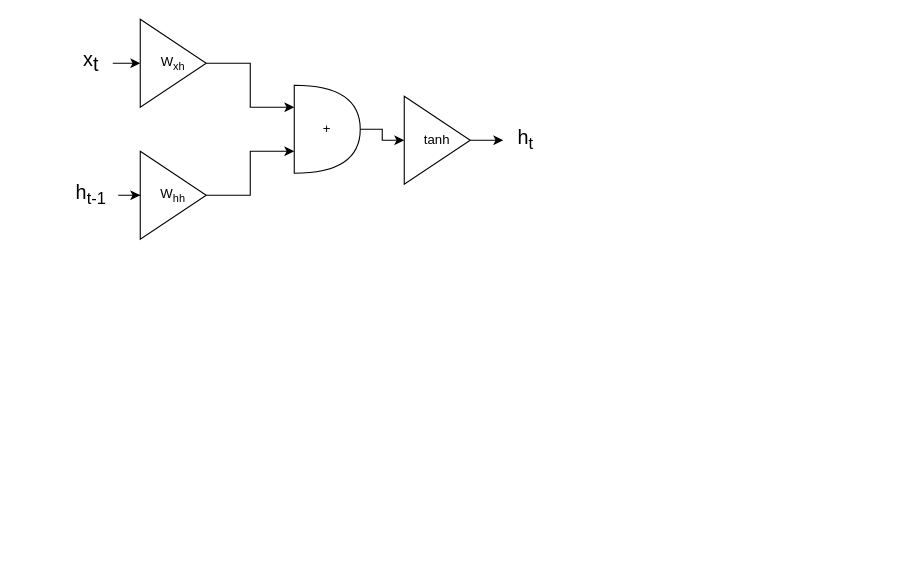
The draw.io diagram 未命名绘图.drawio in luoshao23/digram, before the edit. Source tidied: cells renumbered, new cells numbered last; positions are measured from the earlier drawing's top-left corner, leaving out a move shared by most shapes. Both pictures are drawn from the tidied source at 110%, with x=0, y=0 at pixel (63, 19).
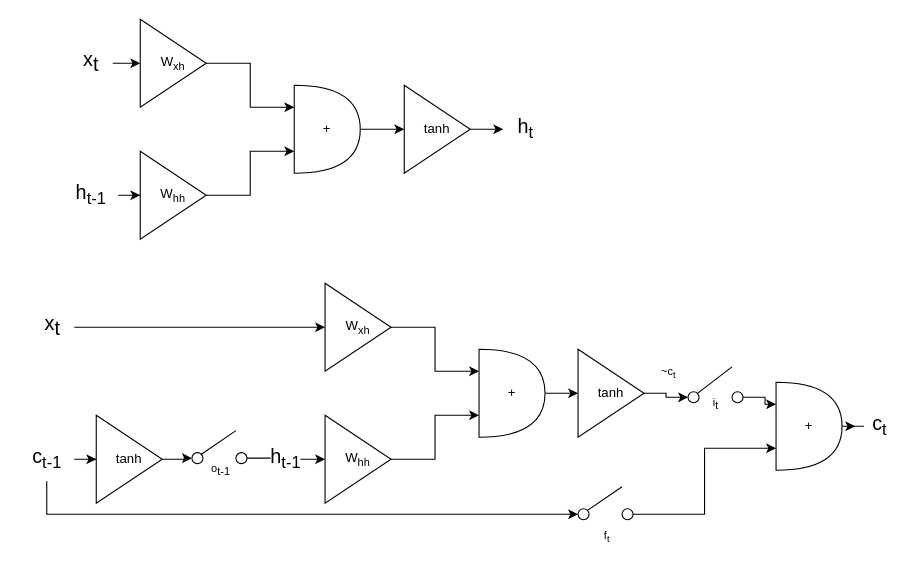
The same diagram, later.

Commit message:
更新未命名绘图.drawio

What changed in the source:
```diff
@@
     <mxCell id="5" value="tanh" style="triangle;whiteSpace=wrap;html=1;" parent="1" vertex="1">
-      <mxGeometry x="310" y="70" width="60" height="80" as="geometry" />
+      <mxGeometry x="310" y="60" width="60" height="80" as="geometry" />
     </mxCell>
@@
     <mxCell id="14" value="h&lt;sub&gt;t&lt;/sub&gt;" style="text;html=1;align=center;verticalAlign=middle;points=[];strokeColor=none;fillColor=none;fontSize=18;" parent="1" vertex="1">
-      <mxGeometry x="400" y="90" width="40" height="40" as="geometry" />
+      <mxGeometry x="400" y="80" width="40" height="40" as="geometry" />
     </mxCell>
+    <mxCell id="15" style="edgeStyle=orthogonalEdgeStyle;rounded=0;jettySize=auto;html=1;entryX=0;entryY=0.5;entryDx=0;entryDy=0;" parent="1" edge="1" source="16" target="19">
+      <mxGeometry relative="1" as="geometry" />
+    </mxCell>
+    <mxCell id="16" value="+" style="shape=or;whiteSpace=wrap;html=1;" parent="1" vertex="1">
+      <mxGeometry x="378" y="300" width="60" height="80" as="geometry" />
+    </mxCell>
+    <mxCell id="17" style="edgeStyle=orthogonalEdgeStyle;rounded=0;jettySize=auto;html=1;fontSize=18;entryX=0;entryY=0.5;entryDx=0;entryDy=0;" parent="1" edge="1" source="19" target="41">
+      <mxGeometry relative="1" as="geometry" />
+    </mxCell>
+    <mxCell id="18" value="~c&lt;sub&gt;t&lt;/sub&gt;" style="edgeLabel;html=1;align=center;verticalAlign=middle;fontSize=10;" parent="17" vertex="1">
+      <mxGeometry x="-0.04" y="1" relative="1" as="geometry">
+        <mxPoint y="-21" as="offset" />
+      </mxGeometry>
+    </mxCell>
+    <mxCell id="19" value="tanh" style="triangle;whiteSpace=wrap;html=1;" parent="1" vertex="1">
+      <mxGeometry x="468" y="300" width="60" height="80" as="geometry" />
+    </mxCell>
+    <mxCell id="20" style="edgeStyle=orthogonalEdgeStyle;rounded=0;jettySize=auto;html=1;entryX=0;entryY=0.25;entryDx=0;entryDy=0;entryPerimeter=0;" parent="1" edge="1" source="21" target="16">
+      <mxGeometry relative="1" as="geometry" />
+    </mxCell>
+    <mxCell id="21" value="W&lt;sub&gt;xh&lt;/sub&gt;" style="triangle;whiteSpace=wrap;html=1;" parent="1" vertex="1">
+      <mxGeometry x="238" y="240" width="60" height="80" as="geometry" />
+    </mxCell>
+    <mxCell id="22" style="edgeStyle=orthogonalEdgeStyle;rounded=0;jettySize=auto;html=1;entryX=0;entryY=0.75;entryDx=0;entryDy=0;entryPerimeter=0;" parent="1" edge="1" source="23" target="16">
+      <mxGeometry relative="1" as="geometry" />
+    </mxCell>
+    <mxCell id="23" value="W&lt;sub&gt;hh&lt;/sub&gt;" style="triangle;whiteSpace=wrap;html=1;" parent="1" vertex="1">
+      <mxGeometry x="238" y="360" width="60" height="80" as="geometry" />
+    </mxCell>
+    <mxCell id="24" style="edgeStyle=orthogonalEdgeStyle;rounded=0;jettySize=auto;html=1;fontSize=18;" parent="1" edge="1" source="25" target="21">
+      <mxGeometry relative="1" as="geometry" />
+    </mxCell>
+    <mxCell id="25" value="x&lt;sub style=&quot;font-size: 18px;&quot;&gt;t&lt;/sub&gt;" style="text;html=1;align=center;verticalAlign=middle;points=[];strokeColor=none;fillColor=none;fontSize=18;" parent="1" vertex="1">
+      <mxGeometry x="-30" y="260" width="40" height="40" as="geometry" />
+    </mxCell>
+    <mxCell id="26" style="edgeStyle=orthogonalEdgeStyle;rounded=0;jettySize=auto;html=1;fontSize=18;exitX=1;exitY=0.5;exitDx=0;exitDy=0;" parent="1" edge="1" source="37" target="23">
+      <mxGeometry relative="1" as="geometry" />
+    </mxCell>
+    <mxCell id="27" value="h&lt;sub&gt;t-1&lt;/sub&gt;" style="edgeLabel;html=1;align=center;verticalAlign=middle;fontSize=18;" parent="26" vertex="1">
+      <mxGeometry x="-0.05" relative="1" as="geometry" />
+    </mxCell>
+    <mxCell id="28" style="edgeStyle=orthogonalEdgeStyle;rounded=0;jettySize=auto;html=1;entryX=-0.05;entryY=0.5;entryDx=0;entryDy=0;entryPerimeter=0;fontSize=10;" parent="1" edge="1" source="29" target="52">
+      <mxGeometry relative="1" as="geometry" />
+    </mxCell>
+    <mxCell id="29" value="+" style="shape=or;whiteSpace=wrap;html=1;" parent="1" vertex="1">
+      <mxGeometry x="648" y="330" width="60" height="80" as="geometry" />
+    </mxCell>
+    <mxCell id="30" style="edgeStyle=orthogonalEdgeStyle;rounded=0;jettySize=auto;html=1;entryX=0;entryY=0.5;entryDx=0;entryDy=0;fontSize=18;" parent="1" edge="1" source="31" target="36">
+      <mxGeometry relative="1" as="geometry" />
+    </mxCell>
+    <mxCell id="31" value="tanh" style="triangle;whiteSpace=wrap;html=1;" parent="1" vertex="1">
+      <mxGeometry x="30" y="360" width="60" height="80" as="geometry" />
+    </mxCell>
+    <mxCell id="32" style="edgeStyle=orthogonalEdgeStyle;rounded=0;jettySize=auto;html=1;entryX=0;entryY=0.5;entryDx=0;entryDy=0;fontSize=18;" parent="1" edge="1" source="34" target="31">
+      <mxGeometry relative="1" as="geometry" />
+    </mxCell>
+    <mxCell id="33" style="edgeStyle=orthogonalEdgeStyle;rounded=0;jettySize=auto;html=1;entryX=0;entryY=0.5;entryDx=0;entryDy=0;fontSize=10;" parent="1" edge="1" source="34" target="47">
+      <mxGeometry relative="1" as="geometry">
+        <Array as="points">
+          <mxPoint x="-15" y="450" />
+        </Array>
+      </mxGeometry>
+    </mxCell>
+    <mxCell id="34" value="&lt;span style=&quot;font-size: 18px;&quot;&gt;c&lt;/span&gt;&lt;span style=&quot;font-size: 18px;&quot;&gt;&lt;sub&gt;t-1&lt;/sub&gt;&lt;/span&gt;" style="text;html=1;align=center;verticalAlign=middle;points=[];strokeColor=none;fillColor=none;fontSize=18;" parent="1" vertex="1">
+      <mxGeometry x="-40" y="380" width="50" height="40" as="geometry" />
+    </mxCell>
+    <mxCell id="35" style="group;" parent="1" vertex="1">
+      <mxGeometry x="117" y="374" width="50" height="30" as="geometry" />
+    </mxCell>
+    <mxCell id="36" style="ellipse;whiteSpace=wrap;html=1;fontSize=18;" parent="35" vertex="1">
+      <mxGeometry y="20" width="10" height="10" as="geometry" />
+    </mxCell>
+    <mxCell id="37" style="ellipse;whiteSpace=wrap;html=1;fontSize=18;" parent="35" vertex="1">
+      <mxGeometry x="40" y="20" width="10" height="10" as="geometry" />
+    </mxCell>
+    <mxCell id="38" style="endArrow=none;html=1;rounded=0;fontSize=18;exitX=1;exitY=0;exitDx=0;exitDy=0;" parent="35" edge="1" source="36">
+      <mxGeometry relative="1" as="geometry">
+        <mxPoint x="40" as="targetPoint" />
+      </mxGeometry>
+    </mxCell>
+    <mxCell id="39" value="&lt;span style=&quot;font-size: 10px;&quot;&gt;o&lt;/span&gt;&lt;sub style=&quot;font-size: 10px;&quot;&gt;t-1&lt;/sub&gt;" style="edgeLabel;html=1;align=center;verticalAlign=middle;fontSize=10;" parent="38" vertex="1">
+      <mxGeometry x="-0.13" y="-1" relative="1" as="geometry">
+        <mxPoint x="2" y="23" as="offset" />
+      </mxGeometry>
+    </mxCell>
+    <mxCell id="40" style="group;" parent="1" vertex="1">
+      <mxGeometry x="568" y="316" width="50" height="34" as="geometry" />
+    </mxCell>
+    <mxCell id="41" style="ellipse;whiteSpace=wrap;html=1;fontSize=18;" parent="40" vertex="1">
+      <mxGeometry y="22.7" width="10" height="10" as="geometry" />
+    </mxCell>
+    <mxCell id="42" style="ellipse;whiteSpace=wrap;html=1;fontSize=18;" parent="40" vertex="1">
+      <mxGeometry x="40" y="22.7" width="10" height="10" as="geometry" />
+    </mxCell>
+    <mxCell id="43" style="endArrow=none;html=1;rounded=0;fontSize=18;exitX=1;exitY=0;exitDx=0;exitDy=0;" parent="40" edge="1" source="41">
+      <mxGeometry relative="1" as="geometry">
+        <mxPoint x="40" as="targetPoint" />
+      </mxGeometry>
+    </mxCell>
+    <mxCell id="44" value="&lt;span style=&quot;font-size: 10px;&quot;&gt;i&lt;/span&gt;&lt;sub style=&quot;font-size: 10px;&quot;&gt;t&lt;/sub&gt;" style="edgeLabel;html=1;align=center;verticalAlign=middle;fontSize=10;" parent="43" vertex="1">
+      <mxGeometry x="-0.13" y="-1" relative="1" as="geometry">
+        <mxPoint x="2" y="19" as="offset" />
+      </mxGeometry>
+    </mxCell>
+    <mxCell id="45" style="edgeStyle=orthogonalEdgeStyle;rounded=0;jettySize=auto;html=1;entryX=0;entryY=0.25;entryDx=0;entryDy=0;entryPerimeter=0;fontSize=10;" parent="1" edge="1" source="42" target="29">
+      <mxGeometry relative="1" as="geometry" />
+    </mxCell>
+    <mxCell id="46" style="group;" parent="1" vertex="1">
+      <mxGeometry x="468" y="425" width="50" height="30" as="geometry" />
+    </mxCell>
+    <mxCell id="47" style="ellipse;whiteSpace=wrap;html=1;fontSize=18;" parent="46" vertex="1">
+      <mxGeometry y="20" width="10" height="10" as="geometry" />
+    </mxCell>
+    <mxCell id="48" style="ellipse;whiteSpace=wrap;html=1;fontSize=18;" parent="46" vertex="1">
+      <mxGeometry x="40" y="20" width="10" height="10" as="geometry" />
+    </mxCell>
+    <mxCell id="49" style="endArrow=none;html=1;rounded=0;fontSize=18;exitX=1;exitY=0;exitDx=0;exitDy=0;" parent="46" edge="1" source="47">
+      <mxGeometry relative="1" as="geometry">
+        <mxPoint x="40" as="targetPoint" />
+      </mxGeometry>
+    </mxCell>
+    <mxCell id="50" value="f&lt;sub&gt;t&lt;/sub&gt;" style="edgeLabel;html=1;align=center;verticalAlign=middle;fontSize=10;" parent="49" vertex="1">
+      <mxGeometry x="-0.13" y="-1" relative="1" as="geometry">
+        <mxPoint x="2" y="32" as="offset" />
+      </mxGeometry>
+    </mxCell>
+    <mxCell id="51" style="edgeStyle=orthogonalEdgeStyle;rounded=0;jettySize=auto;html=1;entryX=0;entryY=0.75;entryDx=0;entryDy=0;entryPerimeter=0;fontSize=10;" parent="1" edge="1" source="48" target="29">
+      <mxGeometry relative="1" as="geometry" />
+    </mxCell>
+    <mxCell id="52" value="&lt;span style=&quot;font-size: 18px;&quot;&gt;c&lt;/span&gt;&lt;span style=&quot;font-size: 18px;&quot;&gt;&lt;sub&gt;t&lt;/sub&gt;&lt;/span&gt;" style="text;html=1;align=center;verticalAlign=middle;points=[];strokeColor=none;fillColor=none;fontSize=18;" parent="1" vertex="1">
+      <mxGeometry x="722" y="350" width="40" height="40" as="geometry" />
+    </mxCell>
```
